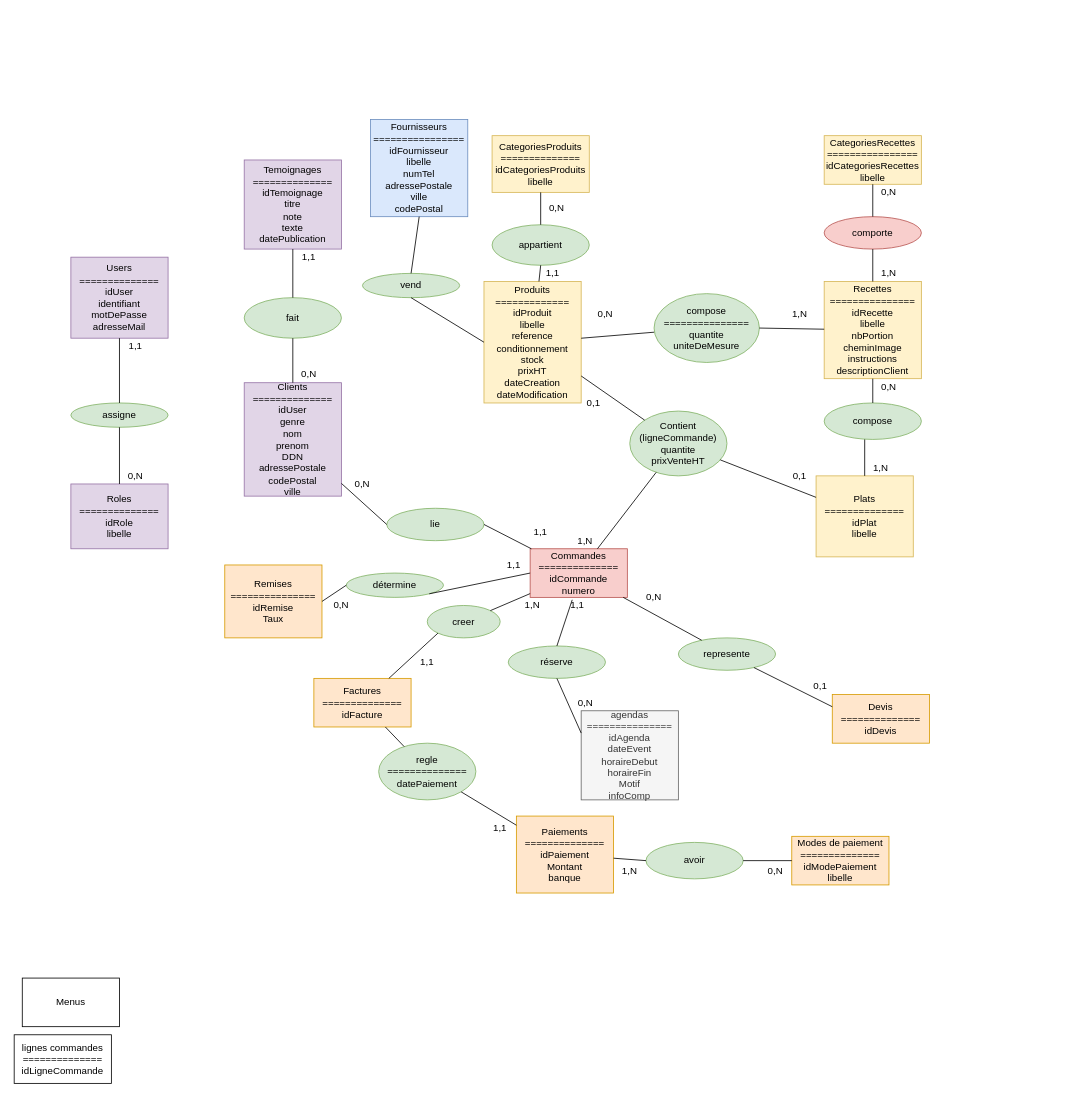
The draw.io diagram Documents/mcd_H2NCook(2).drawio in Quentin2706/H2NCook, before the edit. Source tidied: cells renumbered, new cells numbered last; positions are measured from the earlier drawing's top-left corner, leaving out a move shared by most shapes. Both pictures are drawn from the tidied source at 81%, with x=0, y=0 at pixel (14, 119).
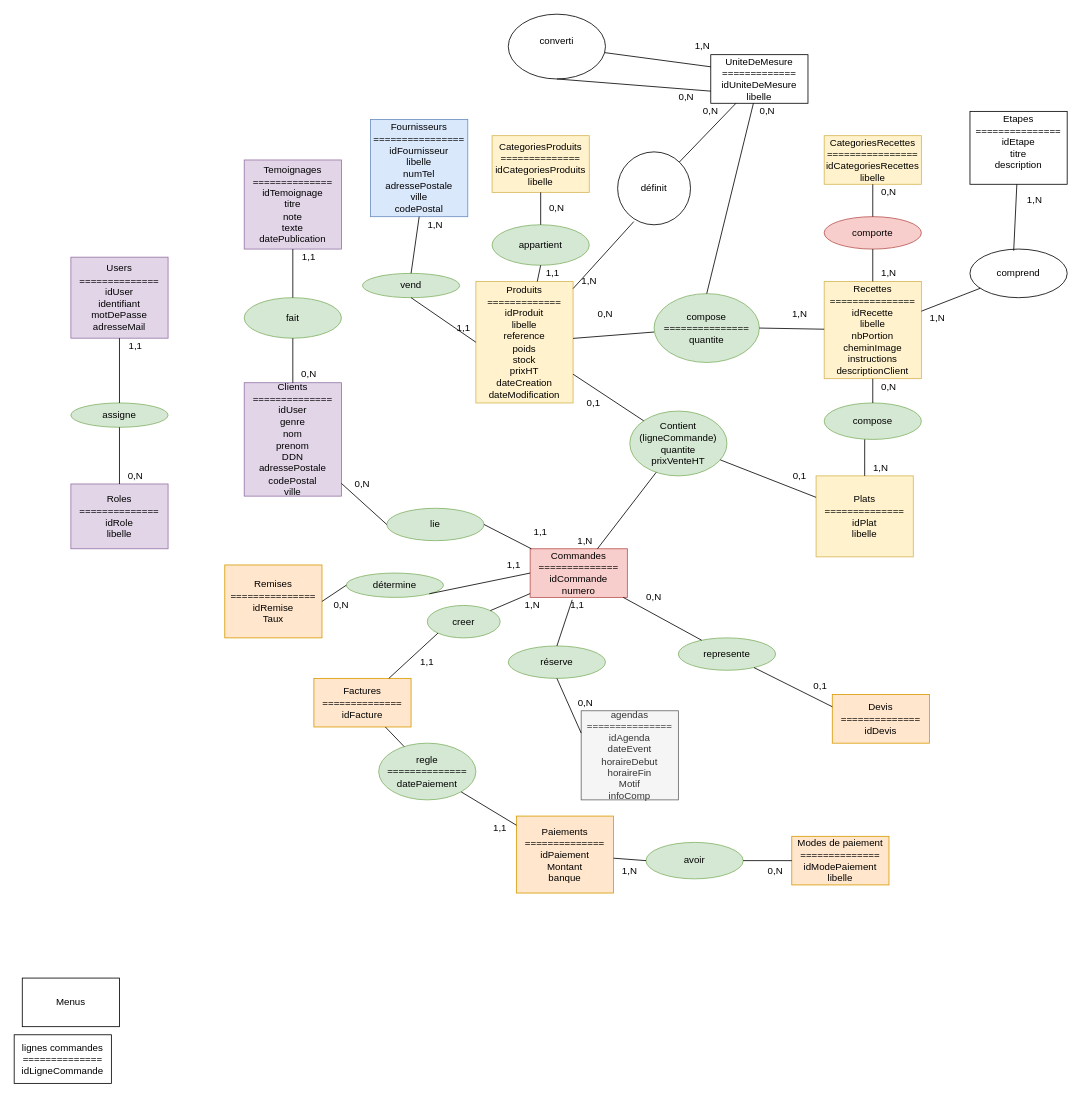
The same diagram, later.

Unchanged cells that the change refers to:
```xml
<mxCell id="15" value="Recettes&lt;br&gt;===============&lt;br&gt;idRecette&lt;br&gt;libelle&lt;br&gt;nbPortion&lt;br&gt;cheminImage&lt;br&gt;instructions&lt;br&gt;descriptionClient" style="rounded=0;whiteSpace=wrap;html=1;fillColor=#fff2cc;strokeColor=#d6b656;" parent="1" vertex="1">
  <mxGeometry x="1000" y="200" width="120" height="120" as="geometry" />
</mxCell>
```

What changed in the source:
```diff
@@
-    <mxCell id="5" value="Produits&lt;br&gt;=============&lt;br&gt;idProduit&lt;br&gt;&lt;div&gt;libelle&lt;/div&gt;&lt;div&gt;reference&lt;br&gt;&lt;/div&gt;&lt;div&gt;conditionnement&lt;/div&gt;stock&lt;br&gt;prixHT&lt;br&gt;dateCreation&lt;br&gt;dateModification" style="rounded=0;whiteSpace=wrap;html=1;fillColor=#fff2cc;strokeColor=#d6b656;" parent="1" vertex="1">
-      <mxGeometry x="580" y="200" width="120" height="150" as="geometry" />
+    <mxCell id="5" value="Produits&lt;br&gt;=============&lt;br&gt;idProduit&lt;br&gt;&lt;div&gt;libelle&lt;/div&gt;&lt;div&gt;reference&lt;/div&gt;&lt;div&gt;poids&lt;br&gt;&lt;/div&gt;stock&lt;br&gt;prixHT&lt;br&gt;dateCreation&lt;br&gt;dateModification" style="rounded=0;whiteSpace=wrap;html=1;fillColor=#fff2cc;strokeColor=#d6b656;" parent="1" vertex="1">
+      <mxGeometry x="570" y="200" width="120" height="150" as="geometry" />
     </mxCell>
@@
-    <mxCell id="19" value="compose&lt;br&gt;===============&lt;br&gt;quantite&lt;br&gt;uniteDeMesure" style="ellipse;whiteSpace=wrap;html=1;fillColor=#d5e8d4;strokeColor=#82b366;" parent="1" vertex="1">
+    <mxCell id="19" value="compose&lt;br&gt;===============&lt;br&gt;quantite" style="ellipse;whiteSpace=wrap;html=1;fillColor=#d5e8d4;strokeColor=#82b366;" parent="1" vertex="1">
       <mxGeometry x="790" y="215" width="130" height="85" as="geometry" />
     </mxCell>
@@
+    <mxCell id="95" value="comprend" style="ellipse;whiteSpace=wrap;html=1;" parent="1" vertex="1">
+      <mxGeometry x="1180" y="160" width="120" height="60" as="geometry" />
+    </mxCell>
+    <mxCell id="96" value="&lt;div&gt;UniteDeMesure&lt;/div&gt;&lt;div&gt;=============&lt;/div&gt;&lt;div&gt;idUniteDeMesure&lt;/div&gt;&lt;div&gt;libelle&lt;/div&gt;" style="rounded=0;whiteSpace=wrap;html=1;" parent="1" vertex="1">
+      <mxGeometry x="860" y="-80" width="120" height="60" as="geometry" />
+    </mxCell>
+    <mxCell id="97" value="&lt;div&gt;converti&lt;/div&gt;&lt;div&gt;&lt;br&gt;&lt;/div&gt;" style="ellipse;whiteSpace=wrap;html=1;" parent="1" vertex="1">
+      <mxGeometry x="610" y="-130" width="120" height="80" as="geometry" />
+    </mxCell>
+    <mxCell id="98" style="endArrow=none;html=1;exitX=0;exitY=0.75;exitDx=0;exitDy=0;entryX=0.5;entryY=1;entryDx=0;entryDy=0;" parent="1" edge="1" source="96" target="97">
+      <mxGeometry relative="1" as="geometry" />
+    </mxCell>
+    <mxCell id="99" value="&lt;div&gt;0,N&lt;/div&gt;&lt;div&gt;&lt;br&gt;&lt;/div&gt;" style="text;html=1;strokeColor=none;fillColor=none;align=center;verticalAlign=middle;whiteSpace=wrap;rounded=0;" parent="1" vertex="1">
+      <mxGeometry x="810" y="-30" width="40" height="20" as="geometry" />
+    </mxCell>
+    <mxCell id="100" value="1,N" style="text;html=1;strokeColor=none;fillColor=none;align=center;verticalAlign=middle;whiteSpace=wrap;rounded=0;" parent="1" vertex="1">
+      <mxGeometry x="830" y="-100" width="40" height="20" as="geometry" />
+    </mxCell>
+    <mxCell id="101" style="endArrow=none;html=1;entryX=0;entryY=0.25;entryDx=0;entryDy=0;" parent="1" edge="1" source="97" target="96">
+      <mxGeometry relative="1" as="geometry" />
+    </mxCell>
+    <mxCell id="102" style="endArrow=none;html=1;exitX=0.5;exitY=0;exitDx=0;exitDy=0;" parent="1" edge="1" source="19" target="96">
+      <mxGeometry relative="1" as="geometry" />
+    </mxCell>
+    <mxCell id="103" value="0,N" style="text;html=1;strokeColor=none;fillColor=none;align=center;verticalAlign=middle;whiteSpace=wrap;rounded=0;" parent="1" vertex="1">
+      <mxGeometry x="840" y="-20" width="40" height="20" as="geometry" />
+    </mxCell>
+    <mxCell id="104" value="&lt;div&gt;définit&lt;/div&gt;" style="ellipse;whiteSpace=wrap;html=1;" parent="1" vertex="1">
+      <mxGeometry x="745" y="40" width="90" height="90" as="geometry" />
+    </mxCell>
+    <mxCell id="105" style="endArrow=none;html=1;" parent="1" edge="1" source="104" target="96">
+      <mxGeometry relative="1" as="geometry" />
+    </mxCell>
+    <mxCell id="106" style="endArrow=none;html=1;entryX=0.222;entryY=0.956;entryDx=0;entryDy=0;entryPerimeter=0;" parent="1" edge="1" source="5" target="104">
+      <mxGeometry relative="1" as="geometry" />
+    </mxCell>
+    <mxCell id="107" value="1,N" style="text;html=1;strokeColor=none;fillColor=none;align=center;verticalAlign=middle;whiteSpace=wrap;rounded=0;" parent="1" vertex="1">
+      <mxGeometry x="690" y="190" width="40" height="20" as="geometry" />
+    </mxCell>
+    <mxCell id="108" value="0,N" style="text;html=1;strokeColor=none;fillColor=none;align=center;verticalAlign=middle;whiteSpace=wrap;rounded=0;" parent="1" vertex="1">
+      <mxGeometry x="910" y="-20" width="40" height="20" as="geometry" />
+    </mxCell>
+    <mxCell id="109" value="Etapes&lt;br&gt;&lt;div&gt;===============&lt;/div&gt;&lt;div&gt;idEtape&lt;br&gt;titre&lt;br&gt;description&lt;/div&gt;&lt;div&gt;&lt;br&gt;&lt;/div&gt;" style="rounded=0;whiteSpace=wrap;html=1;" parent="1" vertex="1">
+      <mxGeometry x="1180" y="-10" width="120" height="90" as="geometry" />
+    </mxCell>
+    <mxCell id="110" style="endArrow=none;html=1;exitX=0.45;exitY=0.033;exitDx=0;exitDy=0;exitPerimeter=0;" parent="1" edge="1" source="95" target="109">
+      <mxGeometry relative="1" as="geometry" />
+    </mxCell>
+    <mxCell id="111" style="endArrow=none;html=1;" parent="1" edge="1" source="15" target="95">
+      <mxGeometry relative="1" as="geometry" />
+    </mxCell>
+    <mxCell id="112" value="1,N" style="text;html=1;strokeColor=none;fillColor=none;align=center;verticalAlign=middle;whiteSpace=wrap;rounded=0;" parent="1" vertex="1">
+      <mxGeometry x="1240" y="90" width="40" height="20" as="geometry" />
+    </mxCell>
+    <mxCell id="113" value="1,N" style="text;html=1;strokeColor=none;fillColor=none;align=center;verticalAlign=middle;whiteSpace=wrap;rounded=0;" parent="1" vertex="1">
+      <mxGeometry x="1120" y="235" width="40" height="20" as="geometry" />
+    </mxCell>
+    <mxCell id="114" value="1,N" style="text;html=1;strokeColor=none;fillColor=none;align=center;verticalAlign=middle;whiteSpace=wrap;rounded=0;" parent="1" vertex="1">
+      <mxGeometry x="500" y="120" width="40" height="20" as="geometry" />
+    </mxCell>
+    <mxCell id="115" value="1,1" style="text;html=1;strokeColor=none;fillColor=none;align=center;verticalAlign=middle;whiteSpace=wrap;rounded=0;" parent="1" vertex="1">
+      <mxGeometry x="535" y="247.5" width="40" height="20" as="geometry" />
+    </mxCell>
```
